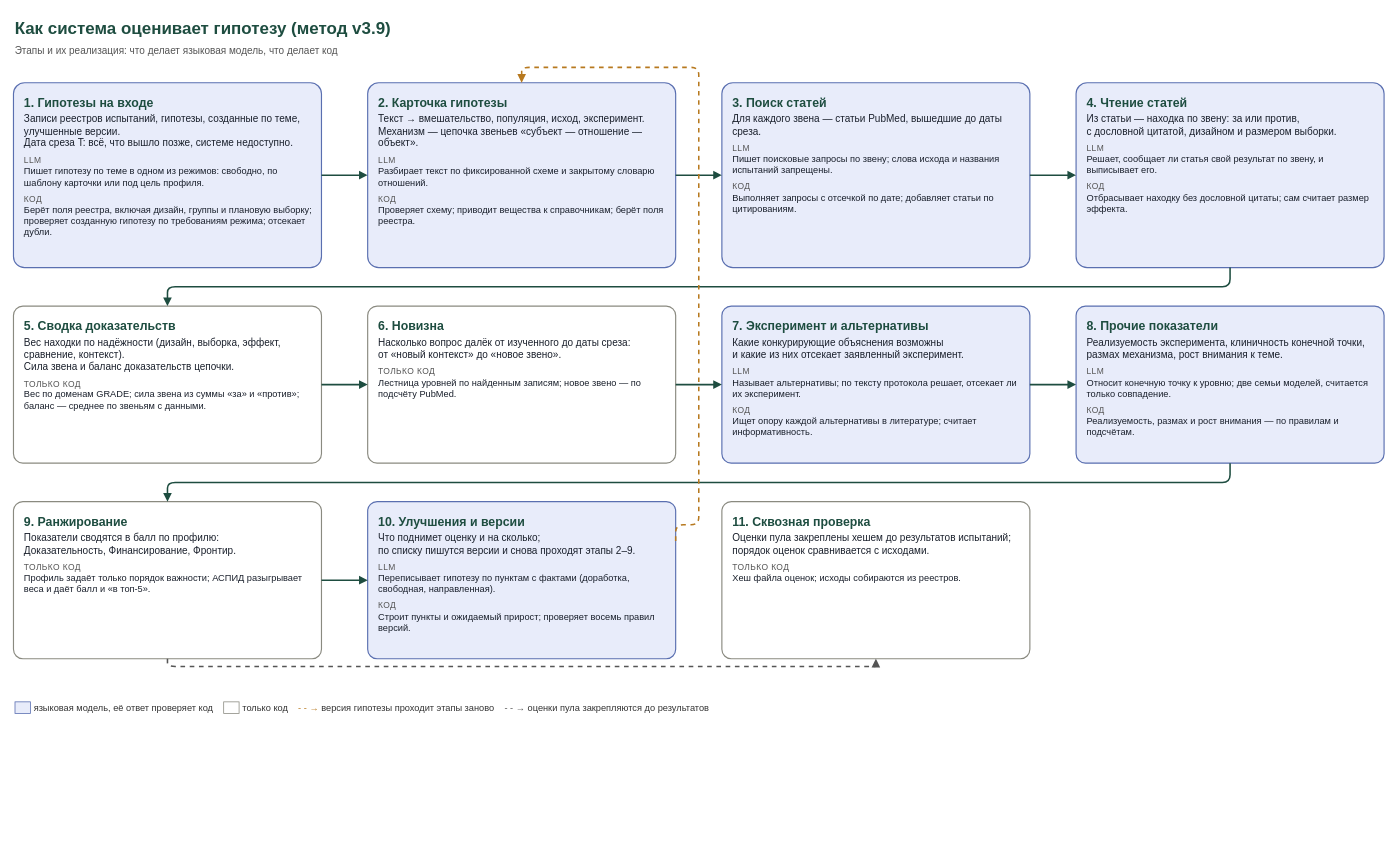
danrd/hyp-arena keeps this draw.io diagram as docs/system/flow_impl.drawio. Above is the earlier version. Source tidied: cells renumbered, new cells numbered last; positions are measured from the earlier drawing's top-left corner, leaving out a move shared by most shapes. Both pictures are drawn from the tidied source at 77%, with x=0, y=0 at pixel (13, 13).
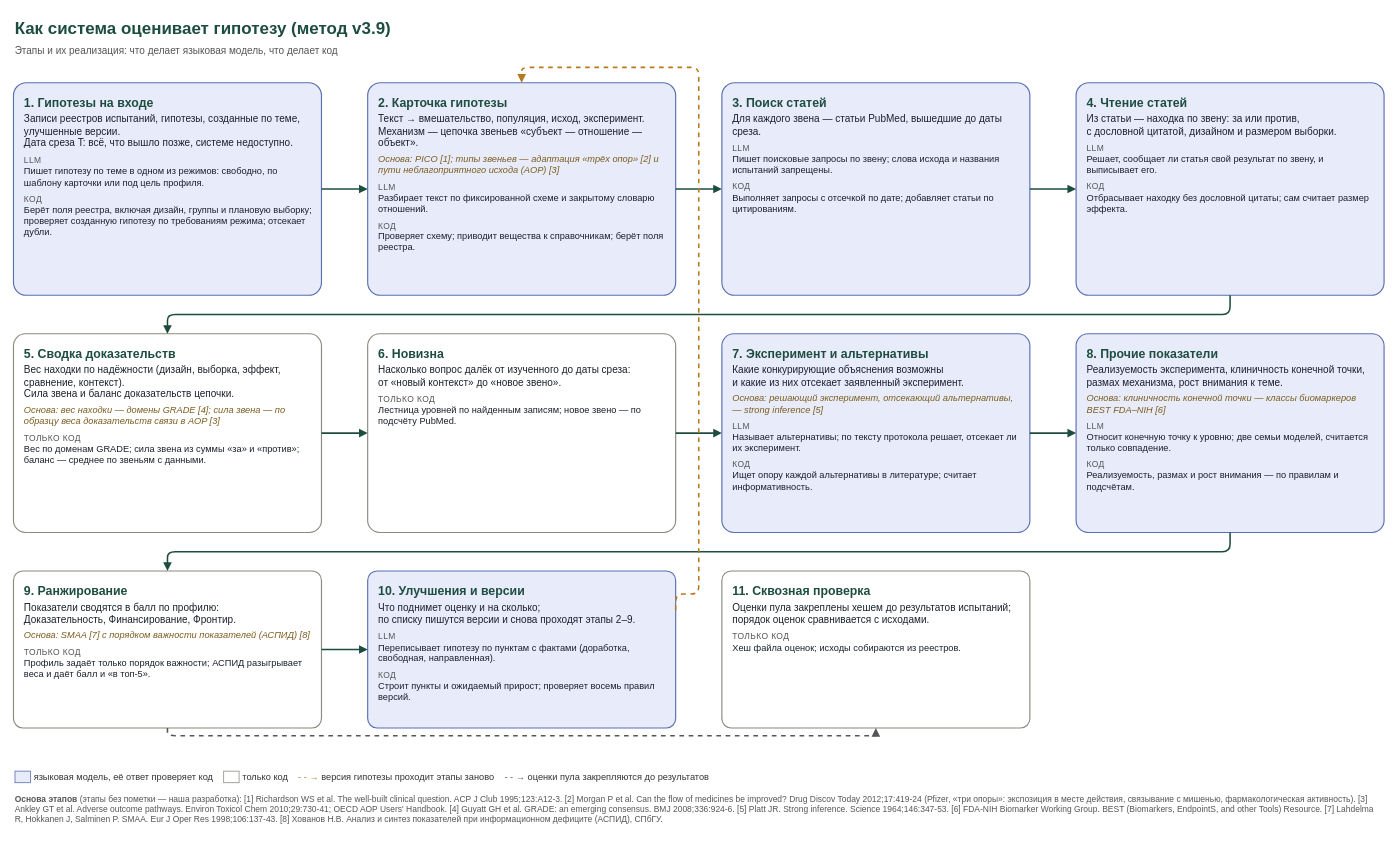
Above is the later version.

Change to the diagram source:
```diff
@@
     <mxCell id="3" value="&lt;div style='font-size:16px;color:#1E4D40'&gt;&lt;b&gt;1. Гипотезы на входе&lt;/b&gt;&lt;/div&gt;&lt;div style='margin-top:4px'&gt;Записи реестров испытаний, гипотезы, созданные по теме, улучшенные версии.&lt;br/&gt;Дата среза T: всё, что вышло позже, системе недоступно.&lt;/div&gt;&lt;div style='margin-top:8px;font-size:11px;color:#555;text-transform:uppercase;letter-spacing:0.5px'&gt;LLM&lt;/div&gt;&lt;div style='font-size:12px'&gt;&lt;div&gt;Пишет гипотезу по теме в одном из режимов: свободно, по шаблону карточки или под цель профиля.&lt;/div&gt;&lt;/div&gt;&lt;div style='margin-top:8px;font-size:11px;color:#555;text-transform:uppercase;letter-spacing:0.5px'&gt;Код&lt;/div&gt;&lt;div style='font-size:12px'&gt;&lt;div&gt;Берёт поля реестра, включая дизайн, группы и плановую выборку; проверяет созданную гипотезу по требованиям режима; отсекает дубли.&lt;/div&gt;&lt;/div&gt;" style="rounded=1;arcSize=6;whiteSpace=wrap;html=1;fillColor=#E8ECFA;strokeColor=#5A6FB0;strokeWidth=1.5;fontSize=13;fontColor=#1A202C;align=left;verticalAlign=top;spacingLeft=12;spacingRight=10;spacingTop=10;" parent="1" vertex="1">
-      <mxGeometry y="90" width="400" height="240" as="geometry" />
+      <mxGeometry y="90" width="400" height="276" as="geometry" />
     </mxCell>
-    <mxCell id="4" value="&lt;div style='font-size:16px;color:#1E4D40'&gt;&lt;b&gt;2. Карточка гипотезы&lt;/b&gt;&lt;/div&gt;&lt;div style='margin-top:4px'&gt;Текст → вмешательство, популяция, исход, эксперимент.&lt;br/&gt;Механизм — цепочка звеньев «субъект — отношение — объект».&lt;/div&gt;&lt;div style='margin-top:8px;font-size:11px;color:#555;text-transform:uppercase;letter-spacing:0.5px'&gt;LLM&lt;/div&gt;&lt;div style='font-size:12px'&gt;&lt;div&gt;Разбирает текст по фиксированной схеме и закрытому словарю отношений.&lt;/div&gt;&lt;/div&gt;&lt;div style='margin-top:8px;font-size:11px;color:#555;text-transform:uppercase;letter-spacing:0.5px'&gt;Код&lt;/div&gt;&lt;div style='font-size:12px'&gt;&lt;div&gt;Проверяет схему; приводит вещества к справочникам; берёт поля реестра.&lt;/div&gt;&lt;/div&gt;" style="rounded=1;arcSize=6;whiteSpace=wrap;html=1;fillColor=#E8ECFA;strokeColor=#5A6FB0;strokeWidth=1.5;fontSize=13;fontColor=#1A202C;align=left;verticalAlign=top;spacingLeft=12;spacingRight=10;spacingTop=10;" parent="1" vertex="1">
-      <mxGeometry x="460" y="90" width="400" height="240" as="geometry" />
+    <mxCell id="4" value="&lt;div style='font-size:16px;color:#1E4D40'&gt;&lt;b&gt;2. Карточка гипотезы&lt;/b&gt;&lt;/div&gt;&lt;div style='margin-top:4px'&gt;Текст → вмешательство, популяция, исход, эксперимент.&lt;br/&gt;Механизм — цепочка звеньев «субъект — отношение — объект».&lt;/div&gt;&lt;div style='margin-top:6px;font-size:12px;color:#7A5C1E'&gt;&lt;i&gt;Основа: PICO [1]; типы звеньев — адаптация «трёх опор» [2] и пути неблагоприятного исхода (AOP) [3]&lt;/i&gt;&lt;/div&gt;&lt;div style='margin-top:8px;font-size:11px;color:#555;text-transform:uppercase;letter-spacing:0.5px'&gt;LLM&lt;/div&gt;&lt;div style='font-size:12px'&gt;&lt;div&gt;Разбирает текст по фиксированной схеме и закрытому словарю отношений.&lt;/div&gt;&lt;/div&gt;&lt;div style='margin-top:8px;font-size:11px;color:#555;text-transform:uppercase;letter-spacing:0.5px'&gt;Код&lt;/div&gt;&lt;div style='font-size:12px'&gt;&lt;div&gt;Проверяет схему; приводит вещества к справочникам; берёт поля реестра.&lt;/div&gt;&lt;/div&gt;" style="rounded=1;arcSize=6;whiteSpace=wrap;html=1;fillColor=#E8ECFA;strokeColor=#5A6FB0;strokeWidth=1.5;fontSize=13;fontColor=#1A202C;align=left;verticalAlign=top;spacingLeft=12;spacingRight=10;spacingTop=10;" parent="1" vertex="1">
+      <mxGeometry x="460" y="90" width="400" height="276" as="geometry" />
     </mxCell>
     <mxCell id="5" value="&lt;div style='font-size:16px;color:#1E4D40'&gt;&lt;b&gt;3. Поиск статей&lt;/b&gt;&lt;/div&gt;&lt;div style='margin-top:4px'&gt;Для каждого звена — статьи PubMed, вышедшие до даты среза.&lt;/div&gt;&lt;div style='margin-top:8px;font-size:11px;color:#555;text-transform:uppercase;letter-spacing:0.5px'&gt;LLM&lt;/div&gt;&lt;div style='font-size:12px'&gt;&lt;div&gt;Пишет поисковые запросы по звену; слова исхода и названия испытаний запрещены.&lt;/div&gt;&lt;/div&gt;&lt;div style='margin-top:8px;font-size:11px;color:#555;text-transform:uppercase;letter-spacing:0.5px'&gt;Код&lt;/div&gt;&lt;div style='font-size:12px'&gt;&lt;div&gt;Выполняет запросы с отсечкой по дате; добавляет статьи по цитированиям.&lt;/div&gt;&lt;/div&gt;" style="rounded=1;arcSize=6;whiteSpace=wrap;html=1;fillColor=#E8ECFA;strokeColor=#5A6FB0;strokeWidth=1.5;fontSize=13;fontColor=#1A202C;align=left;verticalAlign=top;spacingLeft=12;spacingRight=10;spacingTop=10;" parent="1" vertex="1">
-      <mxGeometry x="920" y="90" width="400" height="240" as="geometry" />
+      <mxGeometry x="920" y="90" width="400" height="276" as="geometry" />
     </mxCell>
     <mxCell id="6" value="&lt;div style='font-size:16px;color:#1E4D40'&gt;&lt;b&gt;4. Чтение статей&lt;/b&gt;&lt;/div&gt;&lt;div style='margin-top:4px'&gt;Из статьи — находка по звену: за или против,&lt;br/&gt;с дословной цитатой, дизайном и размером выборки.&lt;/div&gt;&lt;div style='margin-top:8px;font-size:11px;color:#555;text-transform:uppercase;letter-spacing:0.5px'&gt;LLM&lt;/div&gt;&lt;div style='font-size:12px'&gt;&lt;div&gt;Решает, сообщает ли статья свой результат по звену, и выписывает его.&lt;/div&gt;&lt;/div&gt;&lt;div style='margin-top:8px;font-size:11px;color:#555;text-transform:uppercase;letter-spacing:0.5px'&gt;Код&lt;/div&gt;&lt;div style='font-size:12px'&gt;&lt;div&gt;Отбрасывает находку без дословной цитаты; сам считает размер эффекта.&lt;/div&gt;&lt;/div&gt;" style="rounded=1;arcSize=6;whiteSpace=wrap;html=1;fillColor=#E8ECFA;strokeColor=#5A6FB0;strokeWidth=1.5;fontSize=13;fontColor=#1A202C;align=left;verticalAlign=top;spacingLeft=12;spacingRight=10;spacingTop=10;" parent="1" vertex="1">
-      <mxGeometry x="1380" y="90" width="400" height="240" as="geometry" />
+      <mxGeometry x="1380" y="90" width="400" height="276" as="geometry" />
     </mxCell>
-    <mxCell id="7" value="&lt;div style='font-size:16px;color:#1E4D40'&gt;&lt;b&gt;5. Сводка доказательств&lt;/b&gt;&lt;/div&gt;&lt;div style='margin-top:4px'&gt;Вес находки по надёжности (дизайн, выборка, эффект, сравнение, контекст).&lt;br/&gt;Сила звена и баланс доказательств цепочки.&lt;/div&gt;&lt;div style='margin-top:8px;font-size:11px;color:#555;text-transform:uppercase;letter-spacing:0.5px'&gt;Только код&lt;/div&gt;&lt;div style='font-size:12px'&gt;&lt;div&gt;Вес по доменам GRADE; сила звена из суммы «за» и «против»; баланс — среднее по звеньям с данными.&lt;/div&gt;&lt;/div&gt;" style="rounded=1;arcSize=6;whiteSpace=wrap;html=1;fillColor=#FFFFFF;strokeColor=#8A8A80;strokeWidth=1.5;fontSize=13;fontColor=#1A202C;align=left;verticalAlign=top;spacingLeft=12;spacingRight=10;spacingTop=10;" parent="1" vertex="1">
-      <mxGeometry y="380" width="400" height="204" as="geometry" />
+    <mxCell id="7" value="&lt;div style='font-size:16px;color:#1E4D40'&gt;&lt;b&gt;5. Сводка доказательств&lt;/b&gt;&lt;/div&gt;&lt;div style='margin-top:4px'&gt;Вес находки по надёжности (дизайн, выборка, эффект, сравнение, контекст).&lt;br/&gt;Сила звена и баланс доказательств цепочки.&lt;/div&gt;&lt;div style='margin-top:6px;font-size:12px;color:#7A5C1E'&gt;&lt;i&gt;Основа: вес находки — домены GRADE [4]; сила звена — по образцу веса доказательств связи в AOP [3]&lt;/i&gt;&lt;/div&gt;&lt;div style='margin-top:8px;font-size:11px;color:#555;text-transform:uppercase;letter-spacing:0.5px'&gt;Только код&lt;/div&gt;&lt;div style='font-size:12px'&gt;&lt;div&gt;Вес по доменам GRADE; сила звена из суммы «за» и «против»; баланс — среднее по звеньям с данными.&lt;/div&gt;&lt;/div&gt;" style="rounded=1;arcSize=6;whiteSpace=wrap;html=1;fillColor=#FFFFFF;strokeColor=#8A8A80;strokeWidth=1.5;fontSize=13;fontColor=#1A202C;align=left;verticalAlign=top;spacingLeft=12;spacingRight=10;spacingTop=10;" parent="1" vertex="1">
+      <mxGeometry y="416" width="400" height="258" as="geometry" />
     </mxCell>
     <mxCell id="8" value="&lt;div style='font-size:16px;color:#1E4D40'&gt;&lt;b&gt;6. Новизна&lt;/b&gt;&lt;/div&gt;&lt;div style='margin-top:4px'&gt;Насколько вопрос далёк от изученного до даты среза:&lt;br/&gt;от «новый контекст» до «новое звено».&lt;/div&gt;&lt;div style='margin-top:8px;font-size:11px;color:#555;text-transform:uppercase;letter-spacing:0.5px'&gt;Только код&lt;/div&gt;&lt;div style='font-size:12px'&gt;&lt;div&gt;Лестница уровней по найденным записям; новое звено — по подсчёту PubMed.&lt;/div&gt;&lt;/div&gt;" style="rounded=1;arcSize=6;whiteSpace=wrap;html=1;fillColor=#FFFFFF;strokeColor=#8A8A80;strokeWidth=1.5;fontSize=13;fontColor=#1A202C;align=left;verticalAlign=top;spacingLeft=12;spacingRight=10;spacingTop=10;" parent="1" vertex="1">
-      <mxGeometry x="460" y="380" width="400" height="204" as="geometry" />
+      <mxGeometry x="460" y="416" width="400" height="258" as="geometry" />
     </mxCell>
-    <mxCell id="9" value="&lt;div style='font-size:16px;color:#1E4D40'&gt;&lt;b&gt;7. Эксперимент и альтернативы&lt;/b&gt;&lt;/div&gt;&lt;div style='margin-top:4px'&gt;Какие конкурирующие объяснения возможны&lt;br/&gt;и какие из них отсекает заявленный эксперимент.&lt;/div&gt;&lt;div style='margin-top:8px;font-size:11px;color:#555;text-transform:uppercase;letter-spacing:0.5px'&gt;LLM&lt;/div&gt;&lt;div style='font-size:12px'&gt;&lt;div&gt;Называет альтернативы; по тексту протокола решает, отсекает ли их эксперимент.&lt;/div&gt;&lt;/div&gt;&lt;div style='margin-top:8px;font-size:11px;color:#555;text-transform:uppercase;letter-spacing:0.5px'&gt;Код&lt;/div&gt;&lt;div style='font-size:12px'&gt;&lt;div&gt;Ищет опору каждой альтернативы в литературе; считает информативность.&lt;/div&gt;&lt;/div&gt;" style="rounded=1;arcSize=6;whiteSpace=wrap;html=1;fillColor=#E8ECFA;strokeColor=#5A6FB0;strokeWidth=1.5;fontSize=13;fontColor=#1A202C;align=left;verticalAlign=top;spacingLeft=12;spacingRight=10;spacingTop=10;" parent="1" vertex="1">
-      <mxGeometry x="920" y="380" width="400" height="204" as="geometry" />
+    <mxCell id="9" value="&lt;div style='font-size:16px;color:#1E4D40'&gt;&lt;b&gt;7. Эксперимент и альтернативы&lt;/b&gt;&lt;/div&gt;&lt;div style='margin-top:4px'&gt;Какие конкурирующие объяснения возможны&lt;br/&gt;и какие из них отсекает заявленный эксперимент.&lt;/div&gt;&lt;div style='margin-top:6px;font-size:12px;color:#7A5C1E'&gt;&lt;i&gt;Основа: решающий эксперимент, отсекающий альтернативы, — strong inference [5]&lt;/i&gt;&lt;/div&gt;&lt;div style='margin-top:8px;font-size:11px;color:#555;text-transform:uppercase;letter-spacing:0.5px'&gt;LLM&lt;/div&gt;&lt;div style='font-size:12px'&gt;&lt;div&gt;Называет альтернативы; по тексту протокола решает, отсекает ли их эксперимент.&lt;/div&gt;&lt;/div&gt;&lt;div style='margin-top:8px;font-size:11px;color:#555;text-transform:uppercase;letter-spacing:0.5px'&gt;Код&lt;/div&gt;&lt;div style='font-size:12px'&gt;&lt;div&gt;Ищет опору каждой альтернативы в литературе; считает информативность.&lt;/div&gt;&lt;/div&gt;" style="rounded=1;arcSize=6;whiteSpace=wrap;html=1;fillColor=#E8ECFA;strokeColor=#5A6FB0;strokeWidth=1.5;fontSize=13;fontColor=#1A202C;align=left;verticalAlign=top;spacingLeft=12;spacingRight=10;spacingTop=10;" parent="1" vertex="1">
+      <mxGeometry x="920" y="416" width="400" height="258" as="geometry" />
     </mxCell>
-    <mxCell id="10" value="&lt;div style='font-size:16px;color:#1E4D40'&gt;&lt;b&gt;8. Прочие показатели&lt;/b&gt;&lt;/div&gt;&lt;div style='margin-top:4px'&gt;Реализуемость эксперимента, клиничность конечной точки,&lt;br/&gt;размах механизма, рост внимания к теме.&lt;/div&gt;&lt;div style='margin-top:8px;font-size:11px;color:#555;text-transform:uppercase;letter-spacing:0.5px'&gt;LLM&lt;/div&gt;&lt;div style='font-size:12px'&gt;&lt;div&gt;Относит конечную точку к уровню; две семьи моделей, считается только совпадение.&lt;/div&gt;&lt;/div&gt;&lt;div style='margin-top:8px;font-size:11px;color:#555;text-transform:uppercase;letter-spacing:0.5px'&gt;Код&lt;/div&gt;&lt;div style='font-size:12px'&gt;&lt;div&gt;Реализуемость, размах и рост внимания — по правилам и подсчётам.&lt;/div&gt;&lt;/div&gt;" style="rounded=1;arcSize=6;whiteSpace=wrap;html=1;fillColor=#E8ECFA;strokeColor=#5A6FB0;strokeWidth=1.5;fontSize=13;fontColor=#1A202C;align=left;verticalAlign=top;spacingLeft=12;spacingRight=10;spacingTop=10;" parent="1" vertex="1">
-      <mxGeometry x="1380" y="380" width="400" height="204" as="geometry" />
+    <mxCell id="10" value="&lt;div style='font-size:16px;color:#1E4D40'&gt;&lt;b&gt;8. Прочие показатели&lt;/b&gt;&lt;/div&gt;&lt;div style='margin-top:4px'&gt;Реализуемость эксперимента, клиничность конечной точки,&lt;br/&gt;размах механизма, рост внимания к теме.&lt;/div&gt;&lt;div style='margin-top:6px;font-size:12px;color:#7A5C1E'&gt;&lt;i&gt;Основа: клиничность конечной точки — классы биомаркеров BEST FDA–NIH [6]&lt;/i&gt;&lt;/div&gt;&lt;div style='margin-top:8px;font-size:11px;color:#555;text-transform:uppercase;letter-spacing:0.5px'&gt;LLM&lt;/div&gt;&lt;div style='font-size:12px'&gt;&lt;div&gt;Относит конечную точку к уровню; две семьи моделей, считается только совпадение.&lt;/div&gt;&lt;/div&gt;&lt;div style='margin-top:8px;font-size:11px;color:#555;text-transform:uppercase;letter-spacing:0.5px'&gt;Код&lt;/div&gt;&lt;div style='font-size:12px'&gt;&lt;div&gt;Реализуемость, размах и рост внимания — по правилам и подсчётам.&lt;/div&gt;&lt;/div&gt;" style="rounded=1;arcSize=6;whiteSpace=wrap;html=1;fillColor=#E8ECFA;strokeColor=#5A6FB0;strokeWidth=1.5;fontSize=13;fontColor=#1A202C;align=left;verticalAlign=top;spacingLeft=12;spacingRight=10;spacingTop=10;" parent="1" vertex="1">
+      <mxGeometry x="1380" y="416" width="400" height="258" as="geometry" />
     </mxCell>
-    <mxCell id="11" value="&lt;div style='font-size:16px;color:#1E4D40'&gt;&lt;b&gt;9. Ранжирование&lt;/b&gt;&lt;/div&gt;&lt;div style='margin-top:4px'&gt;Показатели сводятся в балл по профилю:&lt;br/&gt;Доказательность, Финансирование, Фронтир.&lt;/div&gt;&lt;div style='margin-top:8px;font-size:11px;color:#555;text-transform:uppercase;letter-spacing:0.5px'&gt;Только код&lt;/div&gt;&lt;div style='font-size:12px'&gt;&lt;div&gt;Профиль задаёт только порядок важности; АСПИД разыгрывает веса и даёт балл и «в топ-5».&lt;/div&gt;&lt;/div&gt;" style="rounded=1;arcSize=6;whiteSpace=wrap;html=1;fillColor=#FFFFFF;strokeColor=#8A8A80;strokeWidth=1.5;fontSize=13;fontColor=#1A202C;align=left;verticalAlign=top;spacingLeft=12;spacingRight=10;spacingTop=10;" parent="1" vertex="1">
-      <mxGeometry y="634" width="400" height="204" as="geometry" />
+    <mxCell id="11" value="&lt;div style='font-size:16px;color:#1E4D40'&gt;&lt;b&gt;9. Ранжирование&lt;/b&gt;&lt;/div&gt;&lt;div style='margin-top:4px'&gt;Показатели сводятся в балл по профилю:&lt;br/&gt;Доказательность, Финансирование, Фронтир.&lt;/div&gt;&lt;div style='margin-top:6px;font-size:12px;color:#7A5C1E'&gt;&lt;i&gt;Основа: SMAA [7] с порядком важности показателей (АСПИД) [8]&lt;/i&gt;&lt;/div&gt;&lt;div style='margin-top:8px;font-size:11px;color:#555;text-transform:uppercase;letter-spacing:0.5px'&gt;Только код&lt;/div&gt;&lt;div style='font-size:12px'&gt;&lt;div&gt;Профиль задаёт только порядок важности; АСПИД разыгрывает веса и даёт балл и «в топ-5».&lt;/div&gt;&lt;/div&gt;" style="rounded=1;arcSize=6;whiteSpace=wrap;html=1;fillColor=#FFFFFF;strokeColor=#8A8A80;strokeWidth=1.5;fontSize=13;fontColor=#1A202C;align=left;verticalAlign=top;spacingLeft=12;spacingRight=10;spacingTop=10;" parent="1" vertex="1">
+      <mxGeometry y="724" width="400" height="204" as="geometry" />
     </mxCell>
     <mxCell id="12" value="&lt;div style='font-size:16px;color:#1E4D40'&gt;&lt;b&gt;10. Улучшения и версии&lt;/b&gt;&lt;/div&gt;&lt;div style='margin-top:4px'&gt;Что поднимет оценку и на сколько;&lt;br/&gt;по списку пишутся версии и снова проходят этапы 2–9.&lt;/div&gt;&lt;div style='margin-top:8px;font-size:11px;color:#555;text-transform:uppercase;letter-spacing:0.5px'&gt;LLM&lt;/div&gt;&lt;div style='font-size:12px'&gt;&lt;div&gt;Переписывает гипотезу по пунктам с фактами (доработка, свободная, направленная).&lt;/div&gt;&lt;/div&gt;&lt;div style='margin-top:8px;font-size:11px;color:#555;text-transform:uppercase;letter-spacing:0.5px'&gt;Код&lt;/div&gt;&lt;div style='font-size:12px'&gt;&lt;div&gt;Строит пункты и ожидаемый прирост; проверяет восемь правил версий.&lt;/div&gt;&lt;/div&gt;" style="rounded=1;arcSize=6;whiteSpace=wrap;html=1;fillColor=#E8ECFA;strokeColor=#5A6FB0;strokeWidth=1.5;fontSize=13;fontColor=#1A202C;align=left;verticalAlign=top;spacingLeft=12;spacingRight=10;spacingTop=10;" parent="1" vertex="1">
-      <mxGeometry x="460" y="634" width="400" height="204" as="geometry" />
+      <mxGeometry x="460" y="724" width="400" height="204" as="geometry" />
     </mxCell>
     <mxCell id="13" value="&lt;div style='font-size:16px;color:#1E4D40'&gt;&lt;b&gt;11. Сквозная проверка&lt;/b&gt;&lt;/div&gt;&lt;div style='margin-top:4px'&gt;Оценки пула закреплены хешем до результатов испытаний;&lt;br/&gt;порядок оценок сравнивается с исходами.&lt;/div&gt;&lt;div style='margin-top:8px;font-size:11px;color:#555;text-transform:uppercase;letter-spacing:0.5px'&gt;Только код&lt;/div&gt;&lt;div style='font-size:12px'&gt;&lt;div&gt;Хеш файла оценок; исходы собираются из реестров.&lt;/div&gt;&lt;/div&gt;" style="rounded=1;arcSize=6;whiteSpace=wrap;html=1;fillColor=#FFFFFF;strokeColor=#8A8A80;strokeWidth=1.5;fontSize=13;fontColor=#1A202C;align=left;verticalAlign=top;spacingLeft=12;spacingRight=10;spacingTop=10;" parent="1" vertex="1">
-      <mxGeometry x="920" y="634" width="400" height="204" as="geometry" />
+      <mxGeometry x="920" y="724" width="400" height="204" as="geometry" />
     </mxCell>
@@
     <mxCell id="23" style="edgeStyle=orthogonalEdgeStyle;rounded=1;html=1;endArrow=block;endFill=1;strokeColor=#1E4D40;strokeWidth=2;dashed=1;exitX=1;exitY=0.25;entryX=0.5;entryY=0;strokeColor=#B7791F;" parent="1" edge="1" source="12" target="4">
       <mxGeometry relative="1" as="geometry">
         <Array as="points">
-          <mxPoint x="890" y="664" />
+          <mxPoint x="890" y="754" />
           <mxPoint x="890" y="70" />
           <mxPoint x="660" y="70" />
         </Array>
       </mxGeometry>
     </mxCell>
@@
     <mxCell id="25" value="&lt;span style='background:#E8ECFA;border:1px solid #5A6FB0;padding:0 8px'&gt;&amp;nbsp;&lt;/span&gt; языковая модель, её ответ проверяет код &amp;nbsp;&amp;nbsp; &lt;span style='border:1px solid #8A8A80;padding:0 8px'&gt;&amp;nbsp;&lt;/span&gt; только код &amp;nbsp;&amp;nbsp; &lt;span style='color:#B7791F'&gt;- - →&lt;/span&gt; версия гипотезы проходит этапы заново &amp;nbsp;&amp;nbsp; &lt;span style='color:#555'&gt;- - →&lt;/span&gt; оценки пула закрепляются до результатов" style="text;html=1;fontSize=12;align=left;fontColor=#333;fillColor=none;strokeColor=none;" parent="1" vertex="1">
-      <mxGeometry y="888" width="1780" height="26" as="geometry" />
+      <mxGeometry y="978" width="1780" height="26" as="geometry" />
     </mxCell>
+    <mxCell id="26" value="&lt;b&gt;Основа этапов&lt;/b&gt; (этапы без пометки — наша разработка): [1] Richardson WS et al. The well-built clinical question. ACP J Club 1995;123:A12-3. [2] Morgan P et al. Can the flow of medicines be improved? Drug Discov Today 2012;17:419-24 (Pfizer, «три опоры»: экспозиция в месте действия, связывание с мишенью, фармакологическая активность). [3] Ankley GT et al. Adverse outcome pathways. Environ Toxicol Chem 2010;29:730-41; OECD AOP Users' Handbook. [4] Guyatt GH et al. GRADE: an emerging consensus. BMJ 2008;336:924-6. [5] Platt JR. Strong inference. Science 1964;146:347-53. [6] FDA-NIH Biomarker Working Group. BEST (Biomarkers, EndpointS, and other Tools) Resource. [7] Lahdelma R, Hokkanen J, Salminen P. SMAA. Eur J Oper Res 1998;106:137-43. [8] Хованов Н.В. Анализ и синтез показателей при информационном дефиците (АСПИД), СПбГУ." style="text;html=1;whiteSpace=wrap;fontSize=11;align=left;verticalAlign=top;fontColor=#555;fillColor=none;strokeColor=none;" parent="1" vertex="1">
+      <mxGeometry y="1008" width="1780" height="70" as="geometry" />
+    </mxCell>
```
